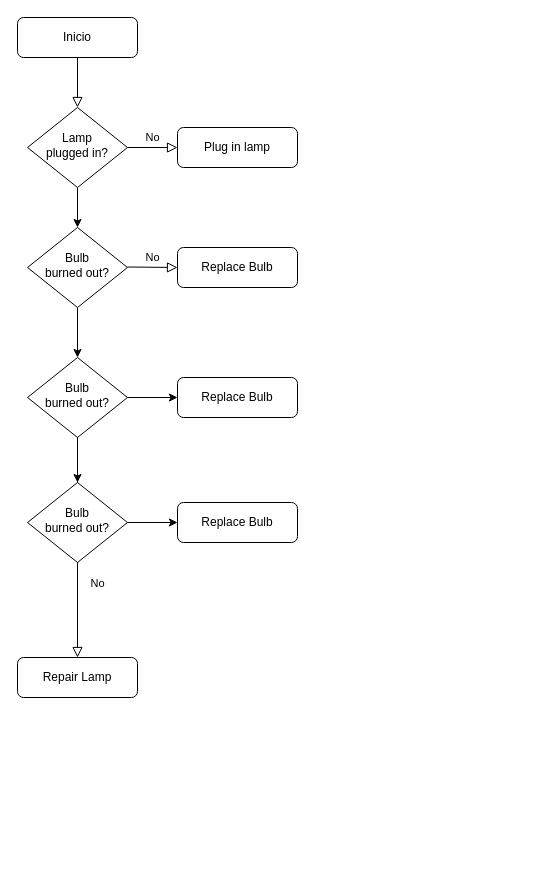
Before: Diagrama de flujo.drawio in kevindelrosario/PowerSIM, a draw.io diagram. Source tidied: cells renumbered, new cells numbered last; positions are measured from the earlier drawing's top-left corner, leaving out a move shared by most shapes. Both pictures are drawn from the tidied source at 100%, with x=0, y=0 at pixel (17, 17).
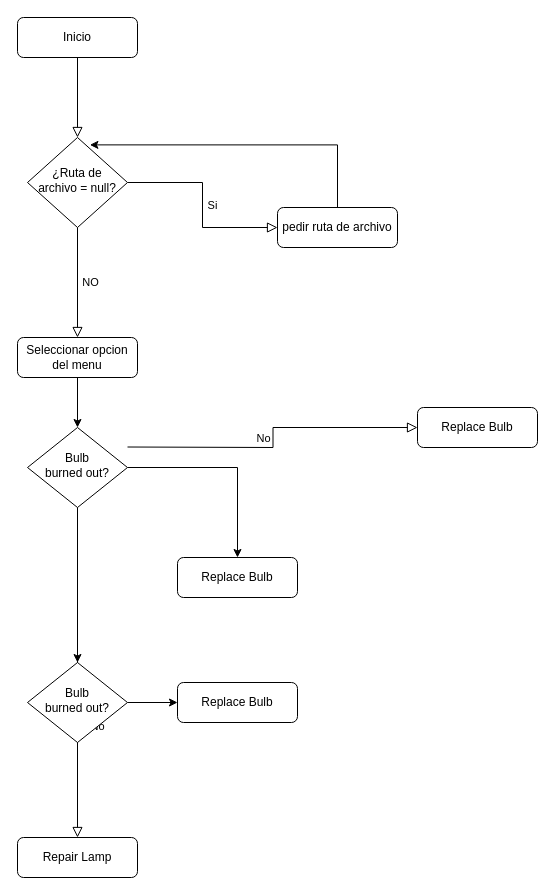
The same diagram, later.

The edit, as a diff of the source:
```diff
@@
-    <mxCell id="4" value="No" style="edgeStyle=orthogonalEdgeStyle;rounded=0;html=1;jettySize=auto;fontSize=11;endArrow=block;endFill=0;endSize=8;strokeWidth=1;shadow=0;labelBackgroundColor=none;" parent="1" edge="1" source="6" target="7">
+    <mxCell id="4" value="Si" style="edgeStyle=orthogonalEdgeStyle;rounded=0;html=1;jettySize=auto;fontSize=11;endArrow=block;endFill=0;endSize=8;strokeWidth=1;shadow=0;labelBackgroundColor=none;" parent="1" edge="1" source="6" target="7">
       <mxGeometry y="10" relative="1" as="geometry" />
     </mxCell>
-    <mxCell id="5" style="edgeStyle=orthogonalEdgeStyle;rounded=0;jettySize=auto;html=1;" parent="1" edge="1" source="6" target="10">
-      <mxGeometry relative="1" as="geometry" />
-    </mxCell>
-    <mxCell id="6" value="Lamp&lt;br&gt;plugged in?" style="rhombus;whiteSpace=wrap;html=1;shadow=0;fontFamily=Helvetica;fontSize=12;align=center;strokeWidth=1;spacing=6;spacingTop=-4;" parent="1" vertex="1">
-      <mxGeometry x="10" y="90" width="100" height="80" as="geometry" />
+    <mxCell id="6" value="¿Ruta de archivo = null?" style="rhombus;whiteSpace=wrap;html=1;shadow=0;fontFamily=Helvetica;fontSize=12;align=center;strokeWidth=1;spacing=6;spacingTop=-4;" parent="1" vertex="1">
+      <mxGeometry x="10" y="120" width="100" height="90" as="geometry" />
     </mxCell>
+    <mxCell id="21" style="edgeStyle=orthogonalEdgeStyle;rounded=0;jettySize=auto;html=1;exitX=0.5;exitY=0;exitDx=0;exitDy=0;entryX=0.624;entryY=0.082;entryDx=0;entryDy=0;entryPerimeter=0;" parent="1" edge="1" source="7" target="6">
+      <mxGeometry relative="1" as="geometry" />
+    </mxCell>
-    <mxCell id="7" value="Plug in lamp" style="rounded=1;whiteSpace=wrap;html=1;fontSize=12;glass=0;strokeWidth=1;shadow=0;" parent="1" vertex="1">
-      <mxGeometry x="160" y="110" width="120" height="40" as="geometry" />
+    <mxCell id="7" value="pedir ruta de archivo" style="rounded=1;whiteSpace=wrap;html=1;fontSize=12;glass=0;strokeWidth=1;shadow=0;" parent="1" vertex="1">
+      <mxGeometry x="260" y="190" width="120" height="40" as="geometry" />
     </mxCell>
@@
-    <mxCell id="9" style="edgeStyle=orthogonalEdgeStyle;rounded=0;jettySize=auto;html=1;" parent="1" edge="1" source="10" target="15">
+    <mxCell id="9" style="edgeStyle=orthogonalEdgeStyle;rounded=0;jettySize=auto;html=1;exitX=0.5;exitY=1;exitDx=0;exitDy=0;" parent="1" edge="1" source="23" target="15">
       <mxGeometry relative="1" as="geometry" />
     </mxCell>
-    <mxCell id="10" value="Bulb&lt;br&gt;burned out?" style="rhombus;whiteSpace=wrap;html=1;shadow=0;fontFamily=Helvetica;fontSize=12;align=center;strokeWidth=1;spacing=6;spacingTop=-4;" parent="1" vertex="1">
-      <mxGeometry x="10" y="210" width="100" height="80" as="geometry" />
-    </mxCell>
     <mxCell id="11" value="Repair Lamp" style="rounded=1;whiteSpace=wrap;html=1;fontSize=12;glass=0;strokeWidth=1;shadow=0;" parent="1" vertex="1">
-      <mxGeometry y="640" width="120" height="40" as="geometry" />
+      <mxGeometry y="820" width="120" height="40" as="geometry" />
     </mxCell>
     <mxCell id="12" value="Replace Bulb" style="rounded=1;whiteSpace=wrap;html=1;fontSize=12;glass=0;strokeWidth=1;shadow=0;" parent="1" vertex="1">
-      <mxGeometry x="160" y="230" width="120" height="40" as="geometry" />
+      <mxGeometry x="400" y="390" width="120" height="40" as="geometry" />
     </mxCell>
@@
     <mxCell id="15" value="Bulb&lt;br&gt;burned out?" style="rhombus;whiteSpace=wrap;html=1;shadow=0;fontFamily=Helvetica;fontSize=12;align=center;strokeWidth=1;spacing=6;spacingTop=-4;" parent="1" vertex="1">
-      <mxGeometry x="10" y="340" width="100" height="80" as="geometry" />
+      <mxGeometry x="10" y="410" width="100" height="80" as="geometry" />
     </mxCell>
@@
     <mxCell id="17" value="Bulb&lt;br&gt;burned out?" style="rhombus;whiteSpace=wrap;html=1;shadow=0;fontFamily=Helvetica;fontSize=12;align=center;strokeWidth=1;spacing=6;spacingTop=-4;" parent="1" vertex="1">
-      <mxGeometry x="10" y="465" width="100" height="80" as="geometry" />
+      <mxGeometry x="10" y="645" width="100" height="80" as="geometry" />
     </mxCell>
     <mxCell id="18" value="Replace Bulb" style="rounded=1;whiteSpace=wrap;html=1;fontSize=12;glass=0;strokeWidth=1;shadow=0;" parent="1" vertex="1">
-      <mxGeometry x="160" y="360" width="120" height="40" as="geometry" />
+      <mxGeometry x="160" y="540" width="120" height="40" as="geometry" />
     </mxCell>
     <mxCell id="19" value="Replace Bulb" style="rounded=1;whiteSpace=wrap;html=1;fontSize=12;glass=0;strokeWidth=1;shadow=0;" parent="1" vertex="1">
-      <mxGeometry x="160" y="485" width="120" height="40" as="geometry" />
+      <mxGeometry x="160" y="665" width="120" height="40" as="geometry" />
     </mxCell>
     <mxCell id="20" value="No" style="edgeStyle=orthogonalEdgeStyle;rounded=0;html=1;jettySize=auto;fontSize=11;endArrow=block;endFill=0;endSize=8;strokeWidth=1;shadow=0;labelBackgroundColor=none;entryX=0;entryY=0.5;entryDx=0;entryDy=0;" parent="1" edge="1" target="12">
       <mxGeometry y="10" relative="1" as="geometry">
-        <mxPoint x="110" y="249.5" as="sourcePoint" />
+        <mxPoint x="110" y="429.5" as="sourcePoint" />
       </mxGeometry>
     </mxCell>
+    <mxCell id="22" value="&amp;nbsp; NO" style="edgeStyle=orthogonalEdgeStyle;rounded=0;html=1;jettySize=auto;fontSize=11;endArrow=block;endFill=0;endSize=8;strokeWidth=1;shadow=0;labelBackgroundColor=none;exitX=0.5;exitY=1;exitDx=0;exitDy=0;entryX=0.5;entryY=0;entryDx=0;entryDy=0;" parent="1" edge="1" source="6" target="23">
+      <mxGeometry y="10" relative="1" as="geometry" />
+    </mxCell>
+    <mxCell id="23" value="Seleccionar opcion del menu" style="rounded=1;whiteSpace=wrap;html=1;fontSize=12;glass=0;strokeWidth=1;shadow=0;" parent="1" vertex="1">
+      <mxGeometry y="320" width="120" height="40" as="geometry" />
+    </mxCell>
```
